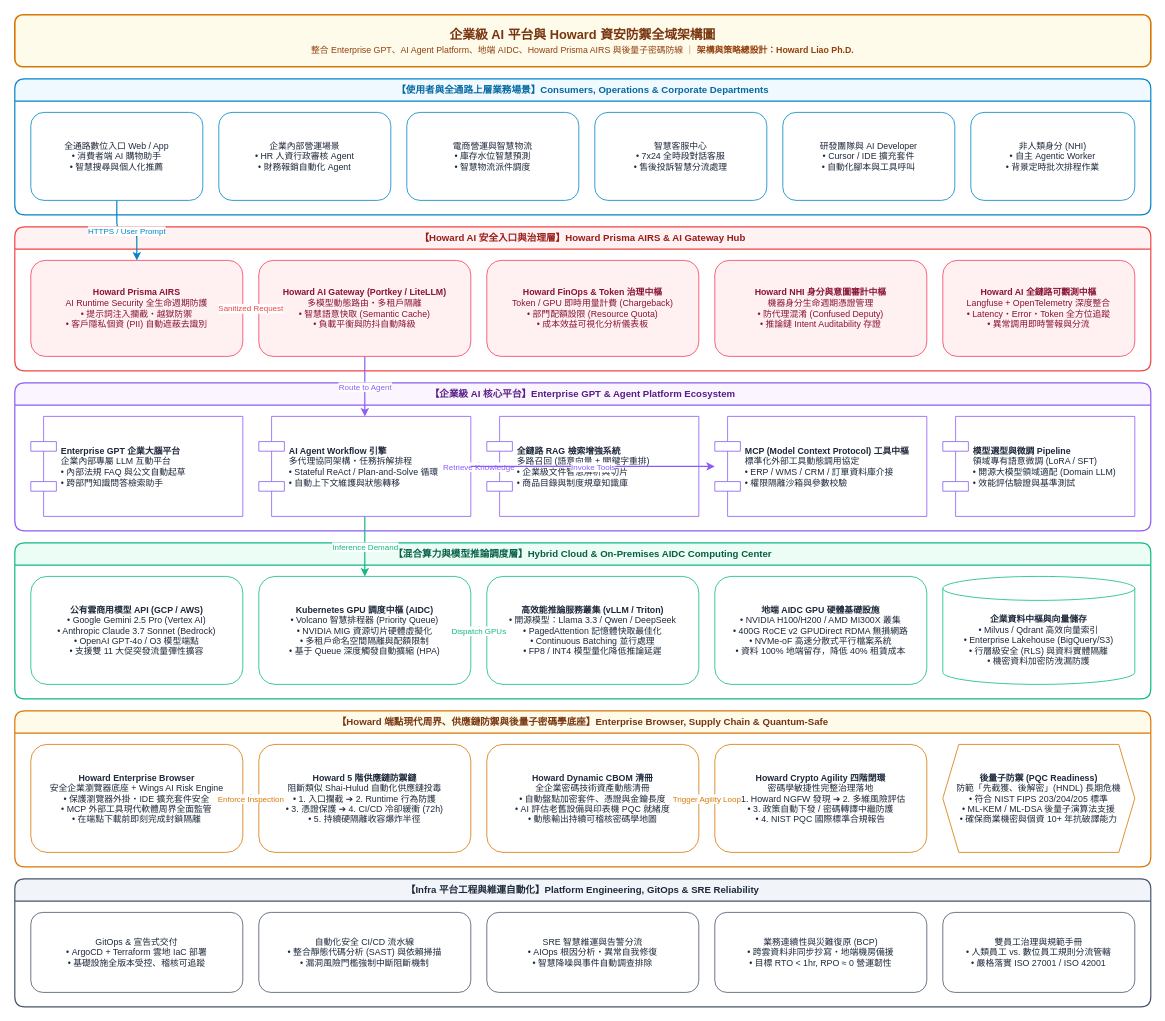
This is page "1. 企業級 AI 平台 ＆ Howard 全域架構圖" (1 of 5) of Enterprise_AI_Architect_Howard_Security_Architecture.drawio from HowardLiao/2301, a draw.io file, before an edit. Source tidied: cells renumbered, new cells numbered last; positions are measured from the earlier drawing's top-left corner, leaving out a move shared by most shapes. Both pictures are drawn from the tidied source at 80%, with x=0, y=0 at pixel (14, 14).
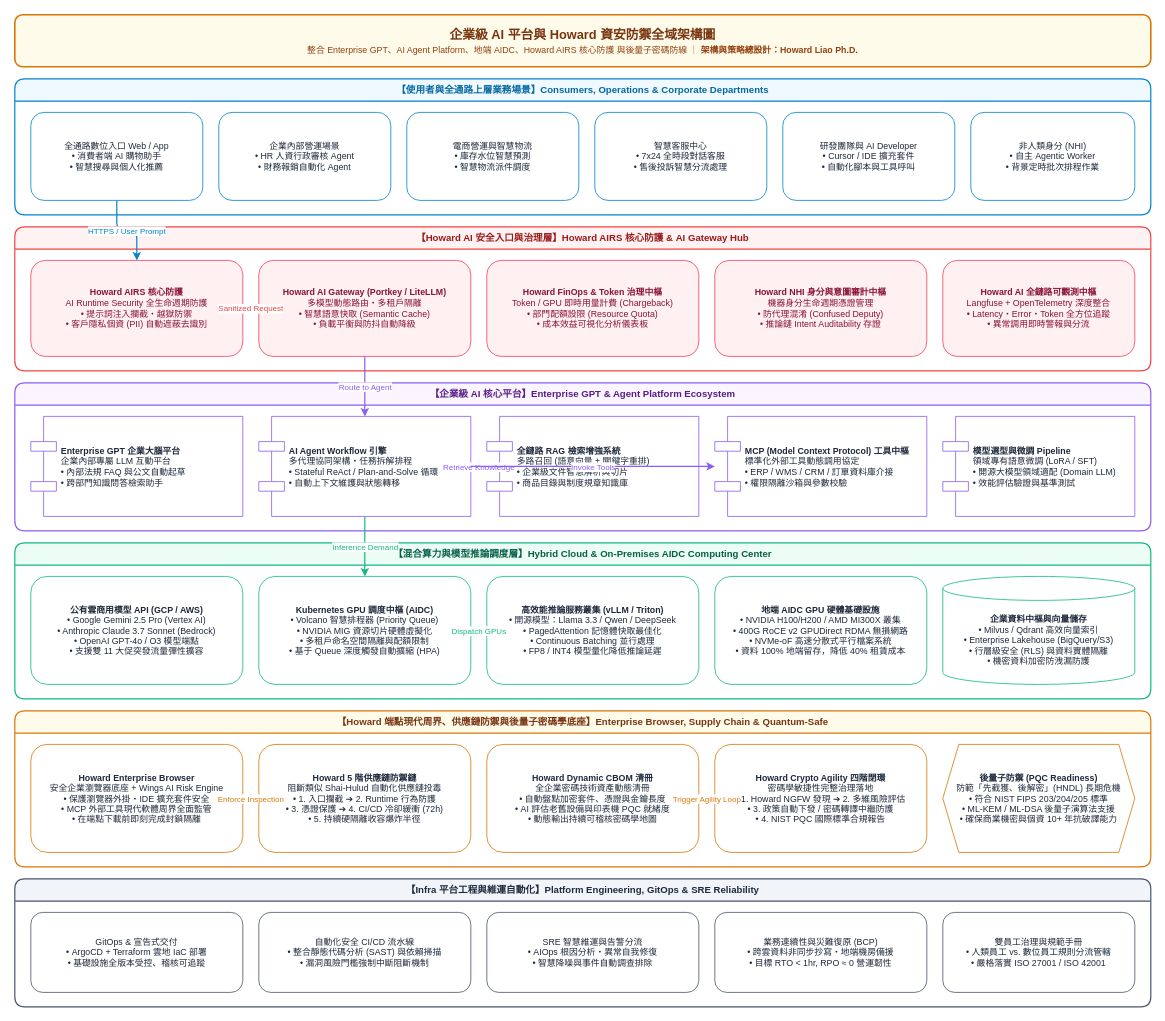
The same diagram, later.

What changed in the source:
```diff
@@
-    <mxCell id="2" value="&lt;div style='font-size:16px; font-weight:bold; color:#78350F;'&gt;企業級 AI 平台與 Howard 資安防禦全域架構圖&lt;/div&gt;&lt;div style='font-size:11px; color:#92400E; margin-top:3px;'&gt;整合 Enterprise GPT、AI Agent Platform、地端 AIDC、Howard Prisma AIRS 與後量子密碼防線 ｜ &lt;b&gt;架構與策略總設計：Howard Liao Ph.D.&lt;/b&gt;&lt;/div&gt;" style="rounded=1;whiteSpace=wrap;html=1;fillColor=#FFFBEB;strokeColor=#D97706;strokeWidth=2;align=center;verticalAlign=middle;" parent="1" vertex="1">
+    <mxCell id="2" value="&lt;div style='font-size:16px; font-weight:bold; color:#78350F;'&gt;企業級 AI 平台與 Howard 資安防禦全域架構圖&lt;/div&gt;&lt;div style='font-size:11px; color:#92400E; margin-top:3px;'&gt;整合 Enterprise GPT、AI Agent Platform、地端 AIDC、Howard AIRS 核心防護 與後量子密碼防線 ｜ &lt;b&gt;架構與策略總設計：Howard Liao Ph.D.&lt;/b&gt;&lt;/div&gt;" style="rounded=1;whiteSpace=wrap;html=1;fillColor=#FFFBEB;strokeColor=#D97706;strokeWidth=2;align=center;verticalAlign=middle;" parent="1" vertex="1">
       <mxGeometry width="1420" height="65" as="geometry" />
     </mxCell>
@@
-    <mxCell id="10" value="&lt;b&gt;【Howard AI 安全入口與治理層】Howard Prisma AIRS &amp;amp; AI Gateway Hub&lt;/b&gt;" style="swimlane;whiteSpace=wrap;html=1;fillColor=#FEF2F2;strokeColor=#EF4444;strokeWidth=1.5;fontColor=#991B1B;fontSize=12;rounded=1;startSize=28;" parent="1" vertex="1">
+    <mxCell id="10" value="&lt;b&gt;【Howard AI 安全入口與治理層】Howard AIRS 核心防護 &amp;amp; AI Gateway Hub&lt;/b&gt;" style="swimlane;whiteSpace=wrap;html=1;fillColor=#FEF2F2;strokeColor=#EF4444;strokeWidth=1.5;fontColor=#991B1B;fontSize=12;rounded=1;startSize=28;" parent="1" vertex="1">
       <mxGeometry y="265" width="1420" height="180" as="geometry" />
     </mxCell>
-    <mxCell id="11" value="&lt;b&gt;Howard Prisma AIRS&lt;/b&gt;&#10;AI Runtime Security 全生命週期防護&#10;• 提示詞注入攔截・越獄防禦&#10;• 客戶隱私個資 (PII) 自動遮蔽去識別" style="rounded=1;whiteSpace=wrap;html=1;fillColor=#FFF1F2;strokeColor=#F43F5E;strokeWidth=1;fontColor=#881337;fontSize=11;align=center;verticalAlign=middle;" parent="10" vertex="1">
+    <mxCell id="11" value="&lt;b&gt;Howard AIRS 核心防護&lt;/b&gt;&#10;AI Runtime Security 全生命週期防護&#10;• 提示詞注入攔截・越獄防禦&#10;• 客戶隱私個資 (PII) 自動遮蔽去識別" style="rounded=1;whiteSpace=wrap;html=1;fillColor=#FFF1F2;strokeColor=#F43F5E;strokeWidth=1;fontColor=#881337;fontSize=11;align=center;verticalAlign=middle;" parent="10" vertex="1">
       <mxGeometry x="20" y="42" width="265" height="120" as="geometry" />
     </mxCell>
```
